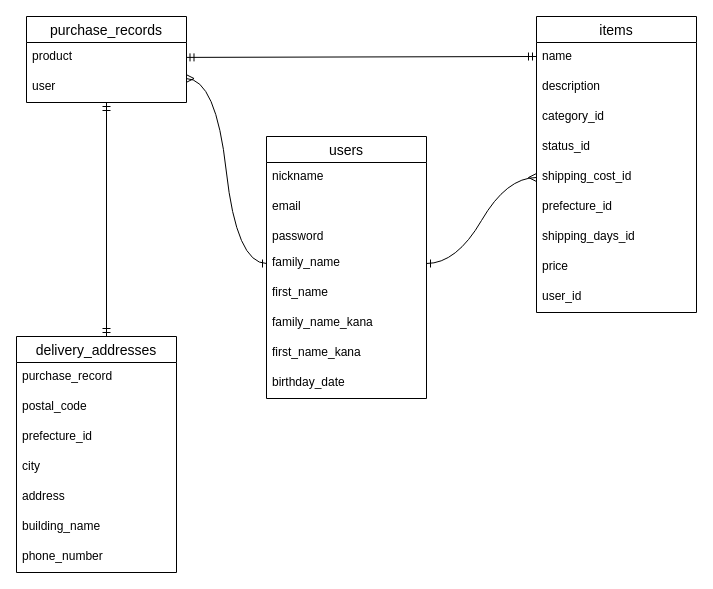
The draw.io diagram furima.dio in RYOTAKAHASHI-1990/furima-33955, before the edit. Source tidied: cells renumbered, new cells numbered last; positions are measured from the earlier drawing's top-left corner, leaving out a move shared by most shapes. Both pictures are drawn from the tidied source at 100%, with x=0, y=0 at pixel (16, 16).
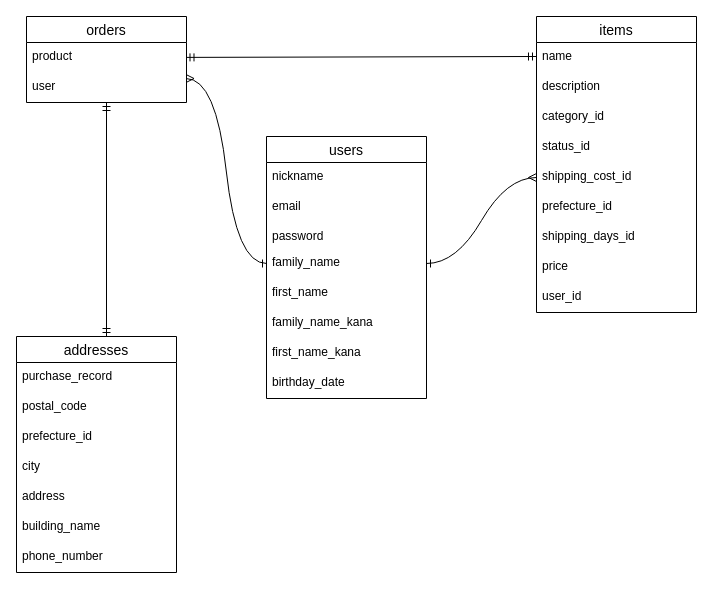
The same diagram, later.

Commit message (it also covers changes not shown here):
READMEとER図の修正

What changed in the source:
```diff
@@
-    <mxCell id="21" value="delivery_addresses" style="swimlane;fontStyle=0;horizontal=1;startSize=26;align=center;fontSize=14;" parent="1" vertex="1">
+    <mxCell id="21" value="addresses" style="swimlane;fontStyle=0;horizontal=1;startSize=26;align=center;fontSize=14;" parent="1" vertex="1">
       <mxGeometry y="320" width="160" height="236" as="geometry" />
     </mxCell>
@@
-    <mxCell id="30" value="purchase_records" style="swimlane;fontStyle=0;horizontal=1;startSize=26;align=center;fontSize=14;" parent="1" vertex="1">
+    <mxCell id="30" value="orders" style="swimlane;fontStyle=0;horizontal=1;startSize=26;align=center;fontSize=14;" parent="1" vertex="1">
       <mxGeometry x="10" width="160" height="86" as="geometry" />
     </mxCell>
```
